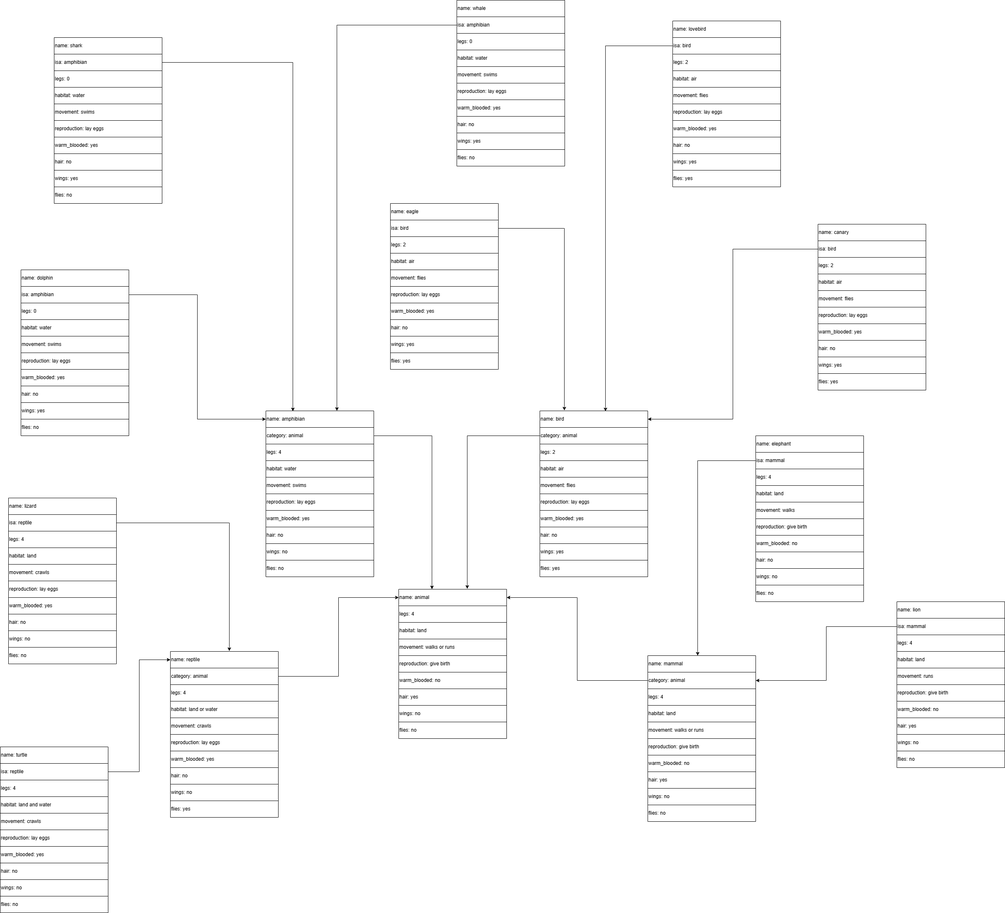
The draw.io diagram Intelligent System/myFrame.drawio.png in another4433/another4433, before a commit. Source tidied: cells renumbered, new cells last; positions are measured from the earlier drawing's top-left corner, leaving out a move shared by most shapes.
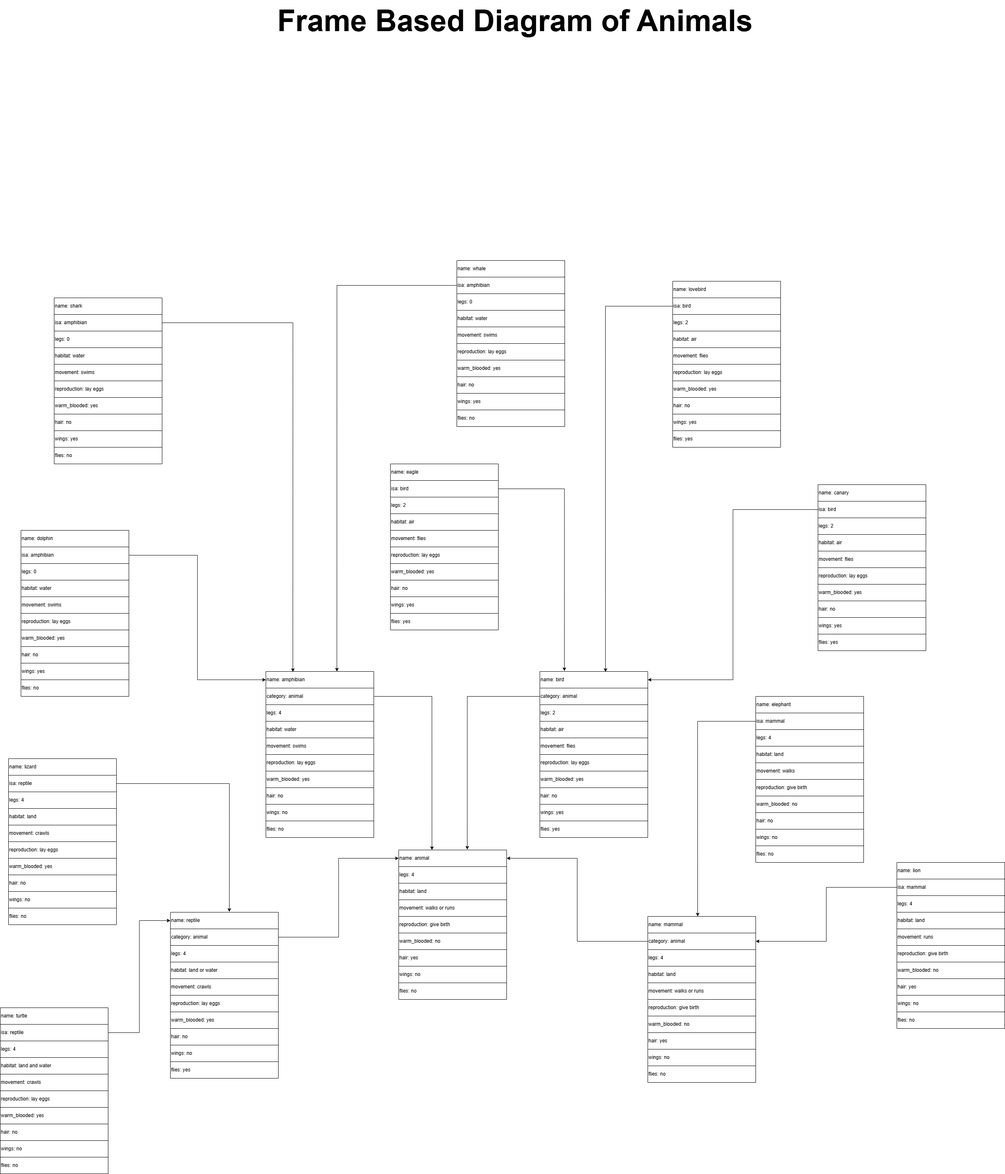
The same diagram one commit later.

The edit, as a diff of the source:
```diff
@@ -983,5 +983,8 @@
     <mxCell id="328" style="edgeStyle=orthogonalEdgeStyle;rounded=0;jettySize=auto;html=1;entryX=0.546;entryY=-0.025;entryDx=0;entryDy=0;entryPerimeter=0;" parent="1" edge="1" source="310" target="44">
       <mxGeometry relative="1" as="geometry" />
     </mxCell>
+    <mxCell id="329" value="&lt;font style=&quot;font-size: 72px;&quot;&gt;&lt;b&gt;Frame Based Diagram of Animals&lt;/b&gt;&lt;/font&gt;" style="text;html=1;align=center;verticalAlign=middle;strokeColor=none;fillColor=none;" parent="1" vertex="1">
+      <mxGeometry x="655" y="-627" width="1170" height="100" as="geometry" />
+    </mxCell>
   </root>
 </mxGraphModel>
```
